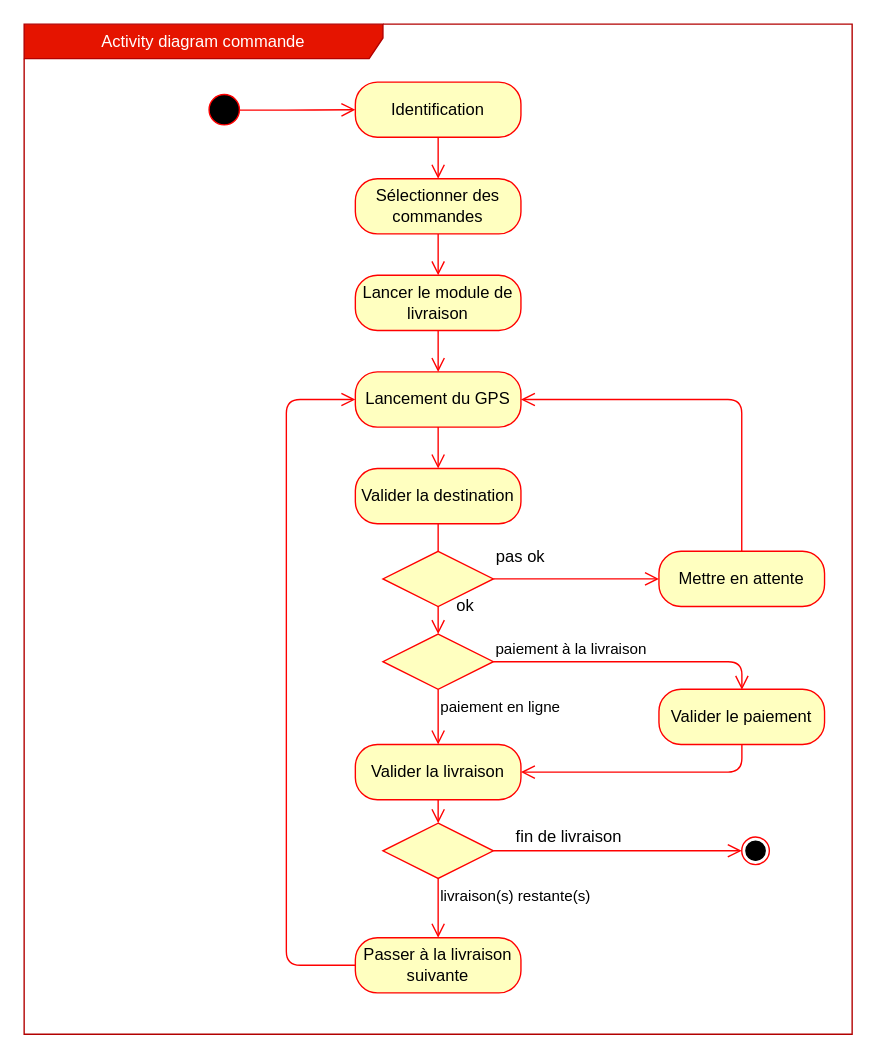
Above: Etude fonctionnelle/Activity-diagrams/Activity-diagram-livraison/Activity_diagram_livraison.drawio in onlynks/Projet_5 (draw.io), before the change. Source tidied: cells renumbered, new cells numbered last; positions are measured from the earlier drawing's top-left corner, leaving out a move shared by most shapes. Both pictures are drawn from the tidied source at 138%, with x=0, y=0 at pixel (23, 23).
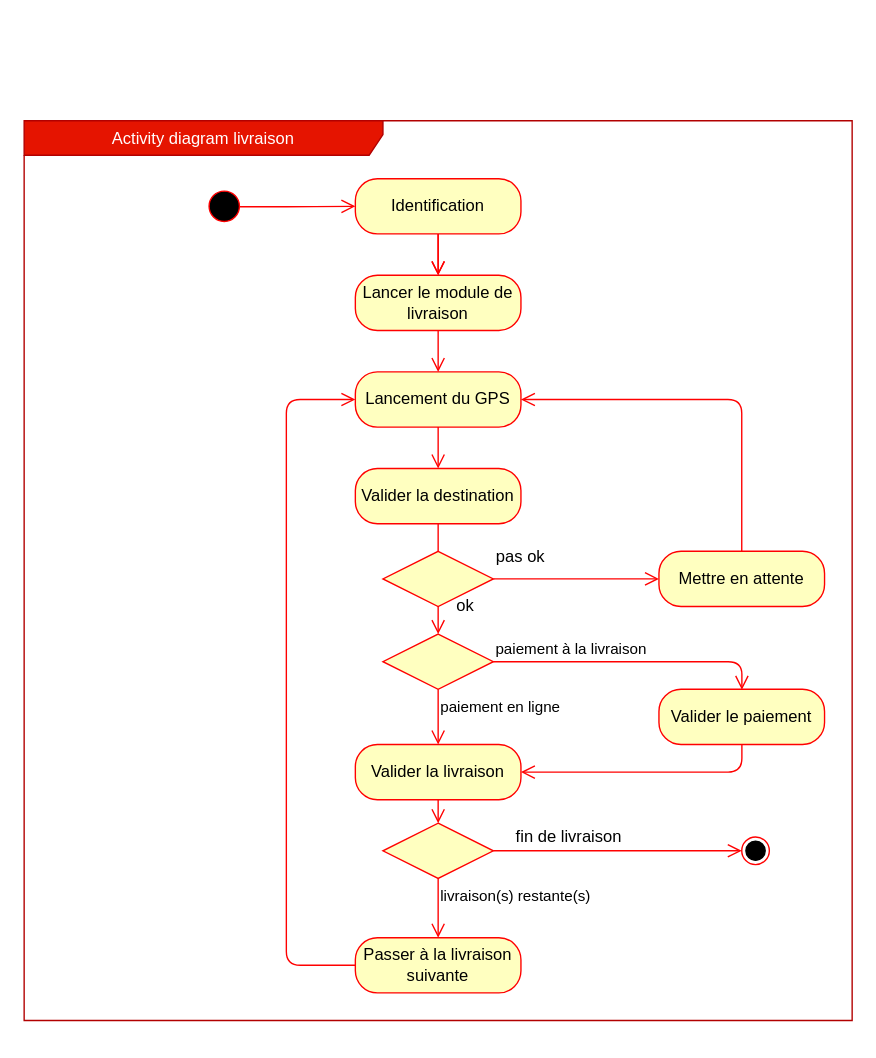
Above is the later version.

What changed in the source:
```diff
@@
-    <mxCell id="2" value="Activity diagram commande" style="shape=umlFrame;whiteSpace=wrap;html=1;labelBackgroundColor=none;strokeColor=#B20000;fillColor=#e51400;fontColor=#ffffff;width=260;height=25;" parent="1" vertex="1">
-      <mxGeometry width="600" height="732" as="geometry" />
+    <mxCell id="2" value="Activity diagram livraison" style="shape=umlFrame;whiteSpace=wrap;html=1;labelBackgroundColor=none;strokeColor=#B20000;fillColor=#e51400;fontColor=#ffffff;width=260;height=25;" parent="1" vertex="1">
+      <mxGeometry y="70" width="600" height="652" as="geometry" />
     </mxCell>
@@
     <mxCell id="5" style="ellipse;html=1;shape=startState;fillColor=#000000;strokeColor=#ff0000;fontColor=#000000;" parent="1" vertex="1">
-      <mxGeometry x="130" y="47" width="30" height="30" as="geometry" />
+      <mxGeometry x="130" y="117" width="30" height="30" as="geometry" />
     </mxCell>
     <mxCell id="6" value="Identification" style="rounded=1;whiteSpace=wrap;html=1;arcSize=40;fontColor=#000000;fillColor=#ffffc0;strokeColor=#ff0000;" parent="1" vertex="1">
-      <mxGeometry x="240" y="42" width="120" height="40" as="geometry" />
+      <mxGeometry x="240" y="112" width="120" height="40" as="geometry" />
     </mxCell>
     <mxCell id="7" style="edgeStyle=orthogonalEdgeStyle;html=1;verticalAlign=bottom;endArrow=open;endSize=8;strokeColor=#ff0000;" parent="1" edge="1" source="6">
       <mxGeometry relative="1" as="geometry">
-        <mxPoint x="300" y="112" as="targetPoint" />
+        <mxPoint x="300" y="182" as="targetPoint" />
       </mxGeometry>
     </mxCell>
-    <mxCell id="8" value="Sélectionner des commandes" style="rounded=1;whiteSpace=wrap;html=1;arcSize=40;fontColor=#000000;fillColor=#ffffc0;strokeColor=#ff0000;" parent="1" vertex="1">
-      <mxGeometry x="240" y="112" width="120" height="40" as="geometry" />
-    </mxCell>
-    <mxCell id="9" style="edgeStyle=orthogonalEdgeStyle;html=1;verticalAlign=bottom;endArrow=open;endSize=8;strokeColor=#ff0000;" parent="1" edge="1" source="8">
+    <mxCell id="9" style="edgeStyle=orthogonalEdgeStyle;html=1;verticalAlign=bottom;endArrow=open;endSize=8;strokeColor=#ff0000;" parent="1" edge="1">
       <mxGeometry relative="1" as="geometry">
+        <mxPoint x="300" y="152" as="sourcePoint" />
         <mxPoint x="300" y="182" as="targetPoint" />
       </mxGeometry>
     </mxCell>
```
